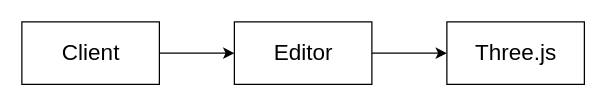
Before: packages/依赖隔离模式/story_before/UML.drawio in yyc-git/3DProgramPattern, a draw.io diagram. Source tidied: cells renumbered, new cells numbered last; positions are measured from the earlier drawing's top-left corner, leaving out a move shared by most shapes. Both pictures are drawn from the tidied source at 125%, with x=0, y=0 at pixel (21, 21).
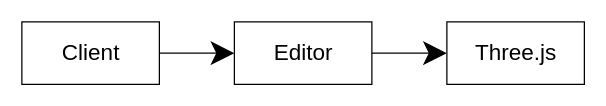
Above is the later version.

The edit, as a diff of the source:
```diff
@@
 <mxGraphModel>
   <root>
     <mxCell id="0" />
     <mxCell id="1" parent="0" />
-    <mxCell id="2" style="edgeStyle=orthogonalEdgeStyle;rounded=0;jettySize=auto;html=1;entryX=0;entryY=0.5;entryDx=0;entryDy=0;" parent="1" edge="1" source="3" target="4">
+    <mxCell id="2" style="edgeStyle=orthogonalEdgeStyle;rounded=0;jettySize=auto;html=1;entryX=0;entryY=0.5;entryDx=0;entryDy=0;endSize=16;startSize=16;" parent="1" edge="1" source="3" target="4">
       <mxGeometry relative="1" as="geometry" />
     </mxCell>
     <mxCell id="3" value="Editor" style="html=1;fontSize=18;" parent="1" vertex="1">
       <mxGeometry x="170" width="110" height="50" as="geometry" />
     </mxCell>
     <mxCell id="4" value="Three.js" style="html=1;fontSize=18;" parent="1" vertex="1">
       <mxGeometry x="340" width="110" height="50" as="geometry" />
     </mxCell>
-    <mxCell id="5" style="edgeStyle=orthogonalEdgeStyle;rounded=0;jettySize=auto;html=1;entryX=0;entryY=0.5;entryDx=0;entryDy=0;" parent="1" edge="1" source="6" target="3">
+    <mxCell id="5" style="edgeStyle=orthogonalEdgeStyle;rounded=0;jettySize=auto;html=1;entryX=0;entryY=0.5;entryDx=0;entryDy=0;endSize=16;startSize=16;" parent="1" edge="1" source="6" target="3">
       <mxGeometry relative="1" as="geometry" />
     </mxCell>
     <mxCell id="6" value="Client" style="html=1;fontSize=18;" parent="1" vertex="1">
       <mxGeometry width="110" height="50" as="geometry" />
     </mxCell>
   </root>
 </mxGraphModel>
```
